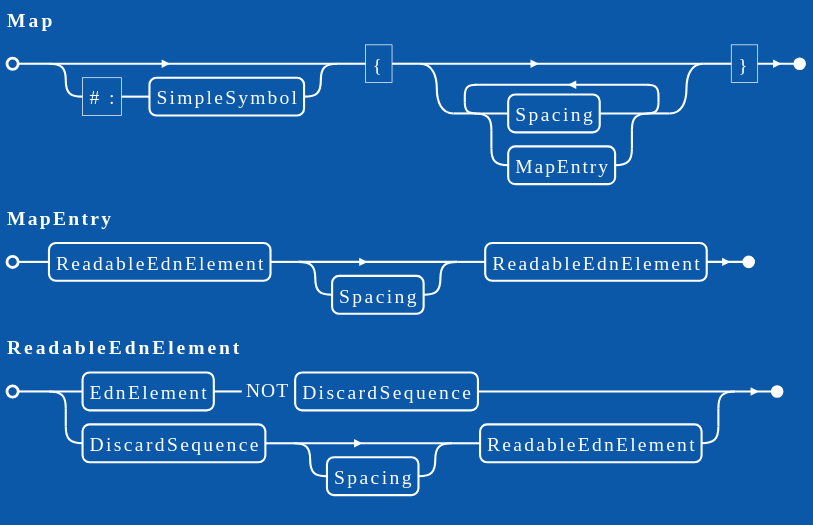
The PlantUML diagram docs/grammar/clojure.edn_map.svg in DotFox/edn.c, before a commit.
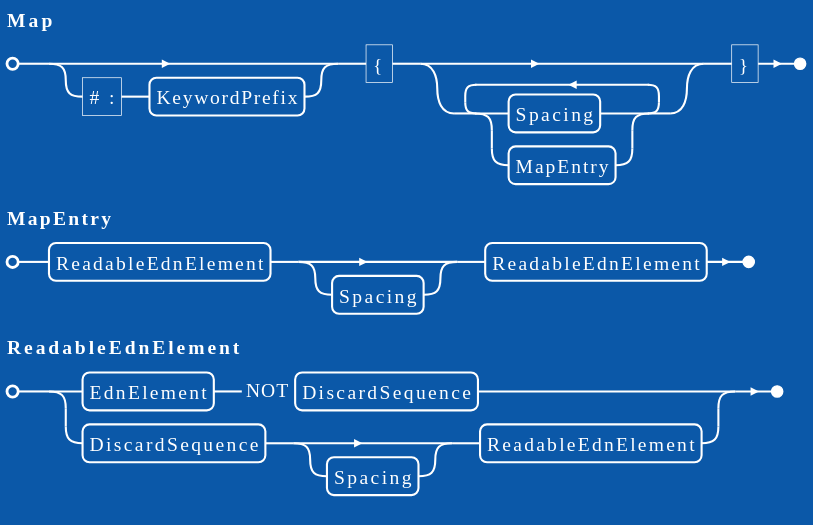
Above is the later version.

What changed in the source:
```diff
@@ -1,6 +1,6 @@
 @startebnf
 !theme amiga
-Map = [ "#:" , SimpleSymbol ] , "{" , { Spacing | MapEntry } , "}" ;
+Map = [ "#:" , KeywordPrefix ] , "{" , { Spacing | MapEntry } , "}" ;
 
 MapEntry = ReadableEdnElement , [ Spacing ] , ReadableEdnElement ;
 
```
